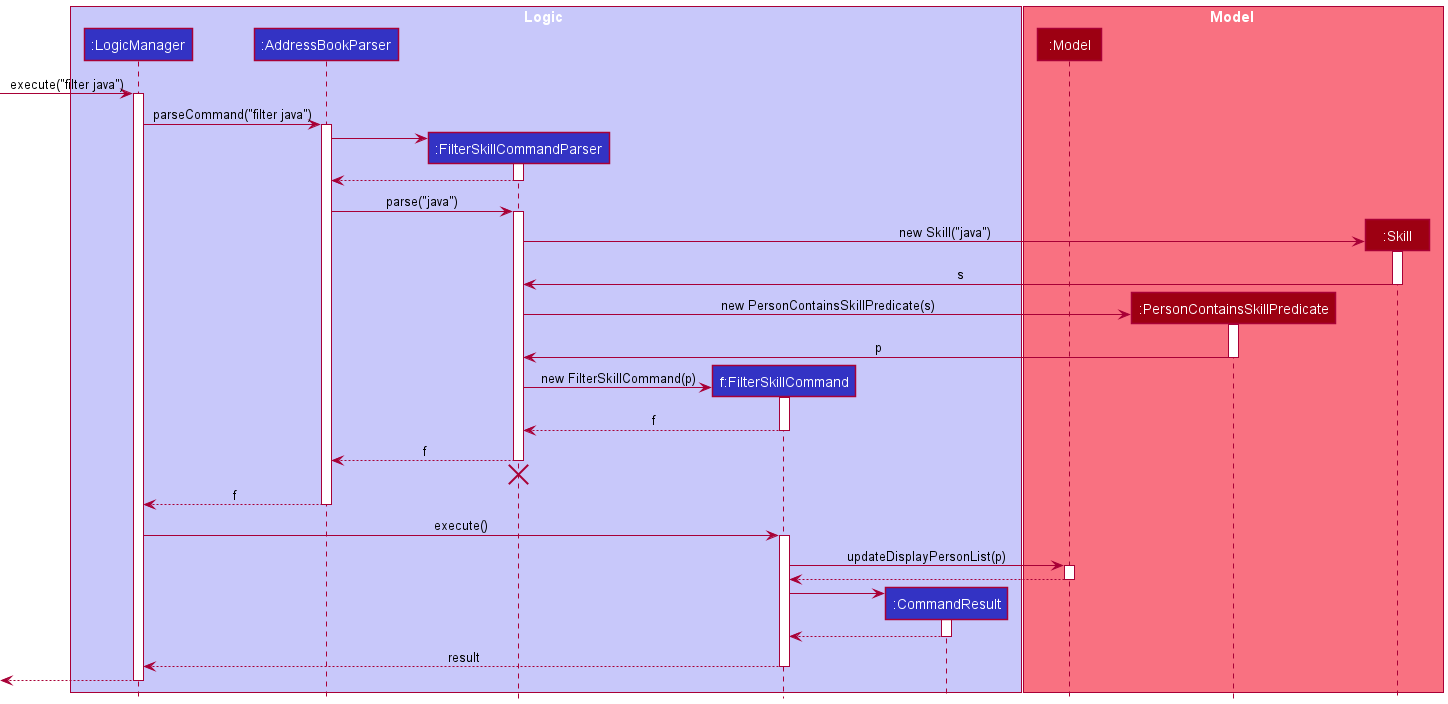
The PlantUML diagram docs/images/FilterSkillSequenceDiagram.png in nus-cs2103-AY2122S2/tp, before a commit.
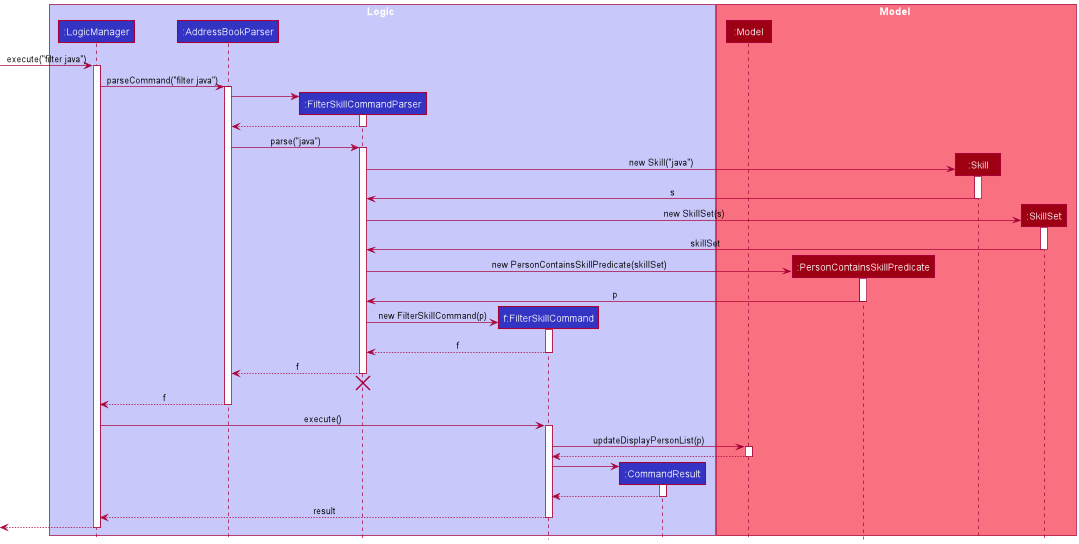
Above is the later version.

Diff of the diagram source:
```diff
@@ -13,6 +13,7 @@
 participant ":Model" as Model MODEL_COLOR
 participant ":PersonContainsSkillPredicate" as PersonContainsSkillPredicate MODEL_COLOR
 participant ":Skill" as Skill MODEL_COLOR
+participant ":SkillSet" as SkillSet MODEL_COLOR
 end box
 
 [-> LogicManager : execute("filter java")
@@ -37,8 +38,14 @@
 Skill -> FilterSkillCommandParser : s
 deactivate Skill
 
+create SkillSet
+FilterSkillCommandParser -> SkillSet : new SkillSet(s)
+activate SkillSet
+SkillSet -> FilterSkillCommandParser : skillSet
+deactivate SkillSet
+
 create PersonContainsSkillPredicate
-FilterSkillCommandParser -> PersonContainsSkillPredicate : new PersonContainsSkillPredicate(s)
+FilterSkillCommandParser -> PersonContainsSkillPredicate : new PersonContainsSkillPredicate(skillSet)
 activate PersonContainsSkillPredicate
 PersonContainsSkillPredicate -> FilterSkillCommandParser : p
 deactivate PersonContainsSkillPredicate
```
